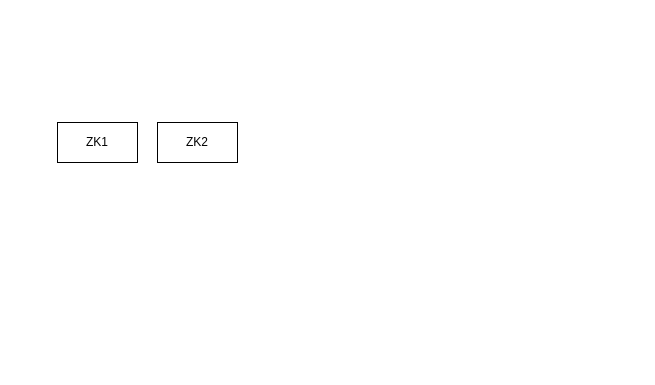
Before: HBase_架构图.drawio in bluefantasy2014/draw.io, a draw.io diagram. Source tidied: cells renumbered, new cells numbered last; positions are measured from the earlier drawing's top-left corner, leaving out a move shared by most shapes. Both pictures are drawn from the tidied source at 100%, with x=0, y=0 at pixel (57, 122).
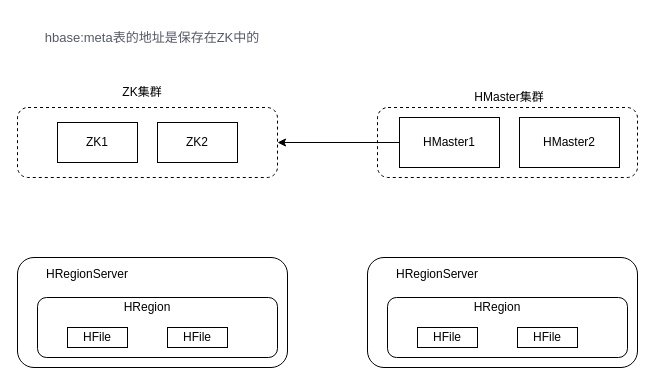
After the change.

Change to the diagram source:
```diff
@@
+    <mxCell id="4" style="rounded=1;whiteSpace=wrap;html=1;dashed=1;" parent="1" vertex="1">
+      <mxGeometry x="320" y="-15" width="260" height="70" as="geometry" />
+    </mxCell>
+    <mxCell id="5" style="rounded=1;whiteSpace=wrap;html=1;dashed=1;" parent="1" vertex="1">
+      <mxGeometry x="-40" y="-15" width="260" height="70" as="geometry" />
+    </mxCell>
@@
+    <mxCell id="6" value="ZK集群" style="text;html=1;strokeColor=none;fillColor=none;align=center;verticalAlign=middle;whiteSpace=wrap;rounded=0;dashed=1;" parent="1" vertex="1">
+      <mxGeometry x="50" y="-40" width="70" height="20" as="geometry" />
+    </mxCell>
+    <mxCell id="7" style="edgeStyle=orthogonalEdgeStyle;rounded=0;jettySize=auto;html=1;exitX=0;exitY=0.5;exitDx=0;exitDy=0;" parent="1" edge="1" source="8">
+      <mxGeometry relative="1" as="geometry">
+        <mxPoint x="220" y="20" as="targetPoint" />
+      </mxGeometry>
+    </mxCell>
+    <mxCell id="8" value="HMaster1" style="rounded=0;whiteSpace=wrap;html=1;" parent="1" vertex="1">
+      <mxGeometry x="342" y="-5" width="100" height="50" as="geometry" />
+    </mxCell>
+    <mxCell id="9" value="HMaster2" style="rounded=0;whiteSpace=wrap;html=1;" parent="1" vertex="1">
+      <mxGeometry x="462" y="-5" width="100" height="50" as="geometry" />
+    </mxCell>
+    <mxCell id="10" value="HMaster集群" style="text;html=1;strokeColor=none;fillColor=none;align=center;verticalAlign=middle;whiteSpace=wrap;rounded=0;dashed=1;" parent="1" vertex="1">
+      <mxGeometry x="412" y="-35" width="80" height="20" as="geometry" />
+    </mxCell>
+    <mxCell id="11" style="rounded=1;whiteSpace=wrap;html=1;" parent="1" vertex="1">
+      <mxGeometry x="-40" y="135" width="270" height="110" as="geometry" />
+    </mxCell>
+    <mxCell id="12" style="rounded=1;whiteSpace=wrap;html=1;" parent="1" vertex="1">
+      <mxGeometry x="-20" y="175" width="240" height="60" as="geometry" />
+    </mxCell>
+    <mxCell id="13" value="HFile" style="rounded=0;whiteSpace=wrap;html=1;" parent="1" vertex="1">
+      <mxGeometry x="10" y="205" width="60" height="20" as="geometry" />
+    </mxCell>
+    <mxCell id="14" value="HFile" style="rounded=0;whiteSpace=wrap;html=1;" parent="1" vertex="1">
+      <mxGeometry x="110" y="205" width="60" height="20" as="geometry" />
+    </mxCell>
+    <mxCell id="15" value="HRegion" style="text;html=1;strokeColor=none;fillColor=none;align=center;verticalAlign=middle;whiteSpace=wrap;rounded=0;" parent="1" vertex="1">
+      <mxGeometry x="50" y="175" width="80" height="20" as="geometry" />
+    </mxCell>
+    <mxCell id="16" value="HRegionServer" style="text;html=1;strokeColor=none;fillColor=none;align=center;verticalAlign=middle;whiteSpace=wrap;rounded=0;" parent="1" vertex="1">
+      <mxGeometry x="-20" y="142" width="100" height="20" as="geometry" />
+    </mxCell>
+    <mxCell id="17" style="rounded=1;whiteSpace=wrap;html=1;" parent="1" vertex="1">
+      <mxGeometry x="310" y="135" width="270" height="110" as="geometry" />
+    </mxCell>
+    <mxCell id="18" style="rounded=1;whiteSpace=wrap;html=1;" parent="1" vertex="1">
+      <mxGeometry x="330" y="175" width="240" height="60" as="geometry" />
+    </mxCell>
+    <mxCell id="19" value="HFile" style="rounded=0;whiteSpace=wrap;html=1;" parent="1" vertex="1">
+      <mxGeometry x="360" y="205" width="60" height="20" as="geometry" />
+    </mxCell>
+    <mxCell id="20" value="HFile" style="rounded=0;whiteSpace=wrap;html=1;" parent="1" vertex="1">
+      <mxGeometry x="460" y="205" width="60" height="20" as="geometry" />
+    </mxCell>
+    <mxCell id="21" value="HRegion" style="text;html=1;strokeColor=none;fillColor=none;align=center;verticalAlign=middle;whiteSpace=wrap;rounded=0;" parent="1" vertex="1">
+      <mxGeometry x="400" y="175" width="80" height="20" as="geometry" />
+    </mxCell>
+    <mxCell id="22" value="HRegionServer" style="text;html=1;strokeColor=none;fillColor=none;align=center;verticalAlign=middle;whiteSpace=wrap;rounded=0;" parent="1" vertex="1">
+      <mxGeometry x="330" y="142" width="100" height="20" as="geometry" />
+    </mxCell>
+    <mxCell id="23" value="&lt;span style=&quot;box-sizing: border-box ; color: rgb(86 , 89 , 105) ; background-color: rgb(255 , 255 , 255)&quot;&gt;&lt;font style=&quot;font-size: 13px&quot;&gt;hbase:meta表的地址是保存在ZK中的&lt;/font&gt;&lt;/span&gt;" style="text;html=1;strokeColor=none;fillColor=none;align=center;verticalAlign=middle;whiteSpace=wrap;rounded=0;" parent="1" vertex="1">
+      <mxGeometry x="-25" y="-105" width="240" height="40" as="geometry" />
+    </mxCell>
```
